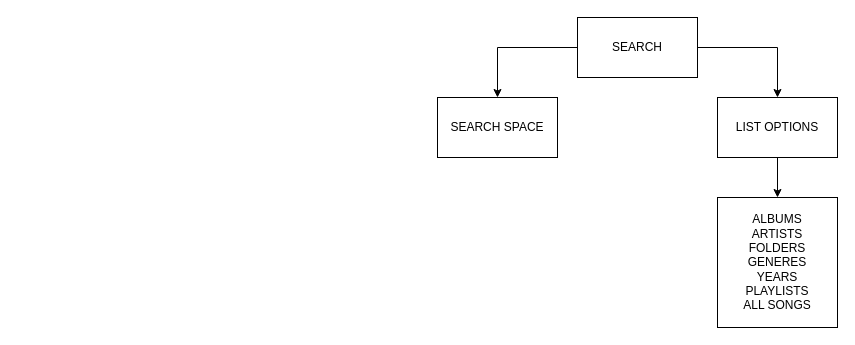
This is page "MU-SEARCH" (6 of 9) of MuVid Player.drawio from aj2381999/muvidplayer, a draw.io file, before an edit. Source tidied: cells renumbered, new cells numbered last; positions are measured from the earlier drawing's top-left corner, leaving out a move shared by most shapes. Both pictures are drawn from the tidied source at 100%, with x=0, y=0 at pixel (437, 17).
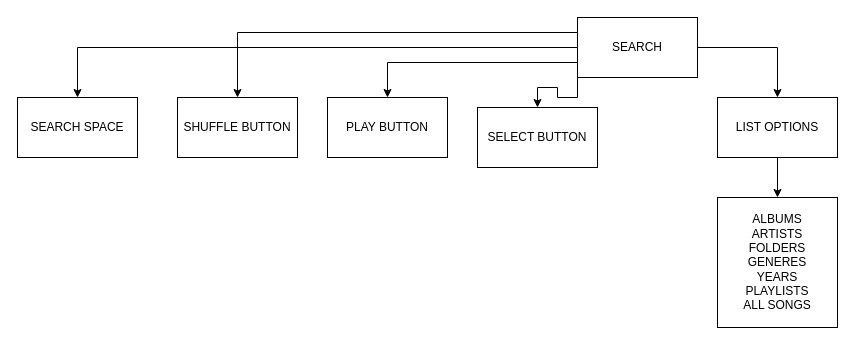
Above is the later version.

The edit, as a diff of the source:
```diff
@@
 <mxGraphModel>
   <root>
     <mxCell id="0" />
     <mxCell id="1" parent="0" />
     <mxCell id="2" style="edgeStyle=orthogonalEdgeStyle;rounded=0;jettySize=auto;html=1;exitX=0;exitY=0.5;exitDx=0;exitDy=0;" parent="1" edge="1" source="4" target="5">
       <mxGeometry relative="1" as="geometry" />
     </mxCell>
     <mxCell id="3" style="edgeStyle=orthogonalEdgeStyle;rounded=0;jettySize=auto;html=1;exitX=1;exitY=0.5;exitDx=0;exitDy=0;" parent="1" edge="1" source="4" target="7">
       <mxGeometry relative="1" as="geometry" />
     </mxCell>
+    <mxCell id="9" style="edgeStyle=orthogonalEdgeStyle;rounded=0;jettySize=auto;html=1;exitX=0;exitY=0.25;exitDx=0;exitDy=0;" parent="1" edge="1" source="4" target="12">
+      <mxGeometry relative="1" as="geometry" />
+    </mxCell>
+    <mxCell id="10" style="edgeStyle=orthogonalEdgeStyle;rounded=0;jettySize=auto;html=1;exitX=0;exitY=0.75;exitDx=0;exitDy=0;" parent="1" edge="1" source="4" target="14">
+      <mxGeometry relative="1" as="geometry" />
+    </mxCell>
+    <mxCell id="11" style="edgeStyle=orthogonalEdgeStyle;rounded=0;jettySize=auto;html=1;exitX=0;exitY=1;exitDx=0;exitDy=0;" parent="1" edge="1" source="4" target="13">
+      <mxGeometry relative="1" as="geometry" />
+    </mxCell>
     <mxCell id="4" value="SEARCH" style="rounded=0;whiteSpace=wrap;html=1;" parent="1" vertex="1">
       <mxGeometry x="140" width="120" height="60" as="geometry" />
     </mxCell>
     <mxCell id="5" value="SEARCH SPACE" style="rounded=0;whiteSpace=wrap;html=1;" parent="1" vertex="1">
-      <mxGeometry y="80" width="120" height="60" as="geometry" />
+      <mxGeometry x="-420" y="80" width="120" height="60" as="geometry" />
     </mxCell>
     <mxCell id="6" style="edgeStyle=orthogonalEdgeStyle;rounded=0;jettySize=auto;html=1;exitX=0.5;exitY=1;exitDx=0;exitDy=0;entryX=0.5;entryY=0;entryDx=0;entryDy=0;" parent="1" edge="1" source="7" target="8">
       <mxGeometry relative="1" as="geometry" />
     </mxCell>
     <mxCell id="7" value="LIST OPTIONS" style="rounded=0;whiteSpace=wrap;html=1;" parent="1" vertex="1">
       <mxGeometry x="280" y="80" width="120" height="60" as="geometry" />
     </mxCell>
     <mxCell id="8" value="ALBUMS&lt;br&gt;ARTISTS&lt;br&gt;FOLDERS&lt;br&gt;GENERES&lt;br&gt;YEARS&lt;br&gt;PLAYLISTS&lt;br&gt;ALL SONGS" style="rounded=0;whiteSpace=wrap;html=1;" parent="1" vertex="1">
       <mxGeometry x="280" y="180" width="120" height="130" as="geometry" />
     </mxCell>
+    <mxCell id="12" value="SHUFFLE BUTTON" style="rounded=0;whiteSpace=wrap;html=1;" parent="1" vertex="1">
+      <mxGeometry x="-260" y="80" width="120" height="60" as="geometry" />
+    </mxCell>
+    <mxCell id="13" value="SELECT BUTTON" style="rounded=0;whiteSpace=wrap;html=1;" parent="1" vertex="1">
+      <mxGeometry x="40" y="90" width="120" height="60" as="geometry" />
+    </mxCell>
+    <mxCell id="14" value="PLAY BUTTON" style="rounded=0;whiteSpace=wrap;html=1;" parent="1" vertex="1">
+      <mxGeometry x="-110" y="80" width="120" height="60" as="geometry" />
+    </mxCell>
   </root>
 </mxGraphModel>
```
